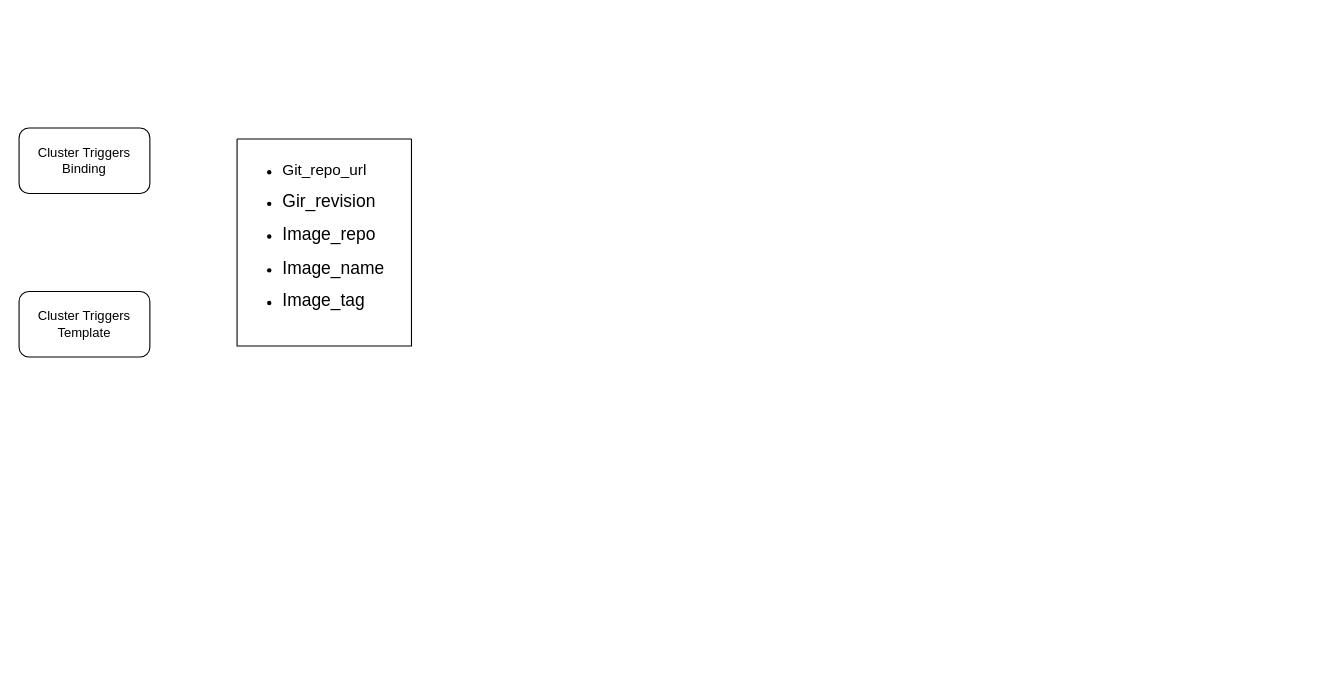
Above: tekton-trigger-design.drawio in 1226151667/draw (draw.io), before the change. Source tidied: cells renumbered, new cells numbered last; positions are measured from the earlier drawing's top-left corner, leaving out a move shared by most shapes. Both pictures are drawn from the tidied source at 109%, with x=0, y=0 at pixel (19, 128).
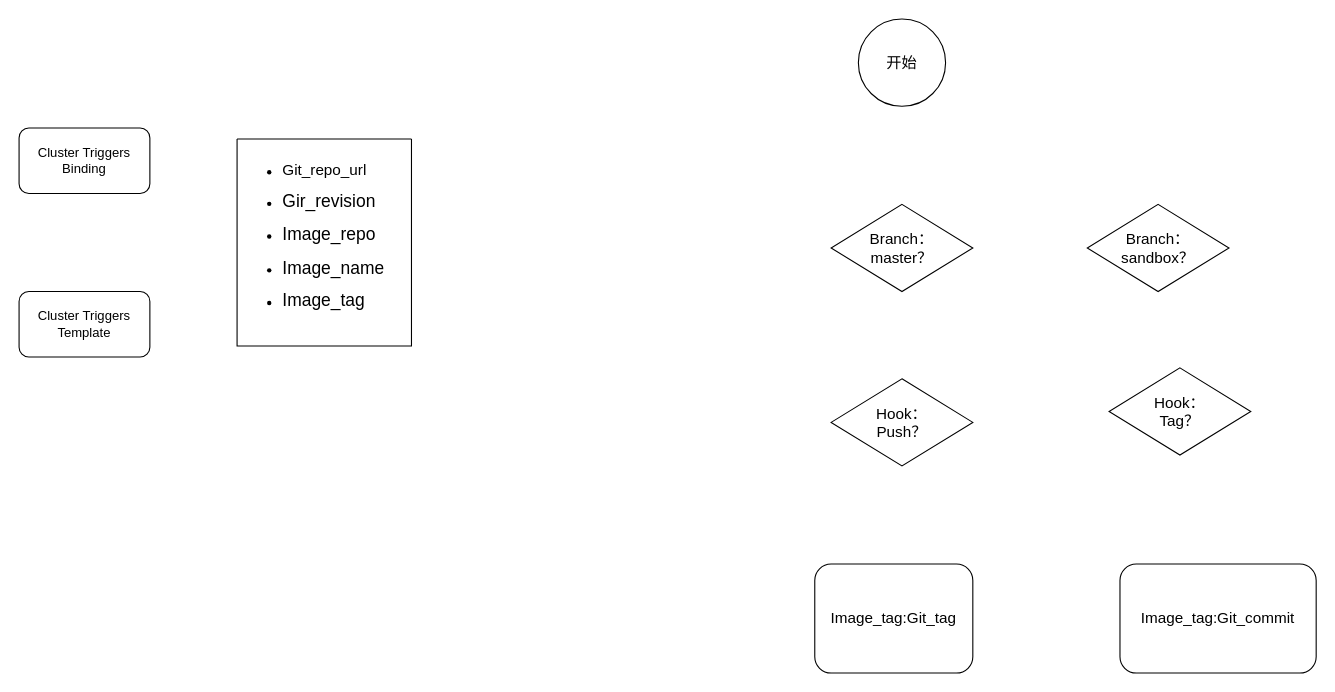
The same diagram, later.

Diff of the diagram source:
```diff
@@
 <mxGraphModel>
   <root>
     <mxCell id="0" />
     <mxCell id="1" parent="0" />
     <mxCell id="2" value="Cluster Triggers Binding" style="rounded=1;whiteSpace=wrap;html=1;" parent="1" vertex="1">
       <mxGeometry width="120" height="60" as="geometry" />
     </mxCell>
     <mxCell id="3" value="Cluster Triggers Template" style="rounded=1;whiteSpace=wrap;html=1;" parent="1" vertex="1">
       <mxGeometry y="150" width="120" height="60" as="geometry" />
     </mxCell>
     <mxCell id="4" style="swimlane;startSize=0;" parent="1" vertex="1">
       <mxGeometry x="200" y="10" width="160" height="190" as="geometry" />
     </mxCell>
     <mxCell id="5" value="&lt;ul style=&quot;line-height: 1.9;&quot;&gt;&lt;li&gt;&lt;font style=&quot;font-size: 14px;&quot;&gt;Git_repo_ur&lt;/font&gt;&lt;font style=&quot;font-size: 14px;&quot;&gt;l&lt;/font&gt;&lt;/li&gt;&lt;li&gt;&lt;font size=&quot;3&quot;&gt;Gir_revision&lt;/font&gt;&lt;/li&gt;&lt;li&gt;&lt;font size=&quot;3&quot;&gt;Image_repo&lt;/font&gt;&lt;/li&gt;&lt;li&gt;&lt;font size=&quot;3&quot;&gt;Image_name&lt;/font&gt;&lt;/li&gt;&lt;li&gt;&lt;font size=&quot;3&quot;&gt;Image_tag&lt;/font&gt;&lt;/li&gt;&lt;/ul&gt;" style="text;strokeColor=none;fillColor=none;html=1;whiteSpace=wrap;verticalAlign=middle;overflow=hidden;" parent="4" vertex="1">
       <mxGeometry width="160" height="180" as="geometry" />
     </mxCell>
+    <mxCell id="6" value="开始" style="ellipse;whiteSpace=wrap;html=1;fontSize=14;" parent="1" vertex="1">
+      <mxGeometry x="770" y="-100" width="80" height="80" as="geometry" />
+    </mxCell>
+    <mxCell id="7" value="Branch：&lt;br&gt;master？" style="rhombus;whiteSpace=wrap;html=1;fontSize=14;" parent="1" vertex="1">
+      <mxGeometry x="745" y="70" width="130" height="80" as="geometry" />
+    </mxCell>
+    <mxCell id="8" value="Branch：&lt;br&gt;sandbox？" style="rhombus;whiteSpace=wrap;html=1;fontSize=14;" parent="1" vertex="1">
+      <mxGeometry x="980" y="70" width="130" height="80" as="geometry" />
+    </mxCell>
+    <mxCell id="9" value="Hook：&lt;br&gt;Push？" style="rhombus;whiteSpace=wrap;html=1;fontSize=14;" parent="1" vertex="1">
+      <mxGeometry x="745" y="230" width="130" height="80" as="geometry" />
+    </mxCell>
+    <mxCell id="10" value="Hook：&lt;br&gt;Tag？" style="rhombus;whiteSpace=wrap;html=1;fontSize=14;" parent="1" vertex="1">
+      <mxGeometry x="1000" y="220" width="130" height="80" as="geometry" />
+    </mxCell>
+    <mxCell id="11" value="Image_tag:Git_tag" style="rounded=1;whiteSpace=wrap;html=1;fontSize=14;" parent="1" vertex="1">
+      <mxGeometry x="730" y="400" width="145" height="100" as="geometry" />
+    </mxCell>
+    <mxCell id="12" value="Image_tag:Git_commit" style="rounded=1;whiteSpace=wrap;html=1;fontSize=14;" parent="1" vertex="1">
+      <mxGeometry x="1010" y="400" width="180" height="100" as="geometry" />
+    </mxCell>
   </root>
 </mxGraphModel>
```
